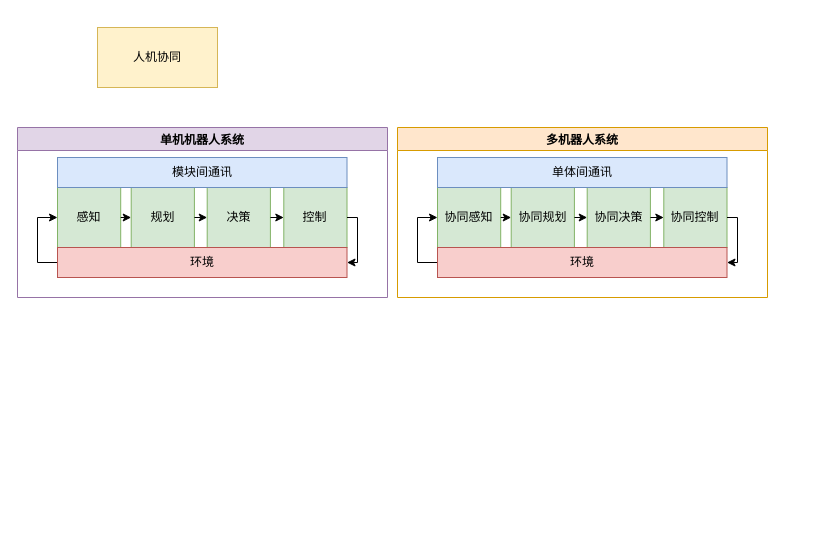
This is nudt.drawio from RoboDD/my-flow-chart, a draw.io file, before an edit. Source tidied: cells renumbered, new cells numbered last; positions are measured from the earlier drawing's top-left corner, leaving out a move shared by most shapes. Both pictures are drawn from the tidied source at 100%, with x=0, y=0 at pixel (17, 27).
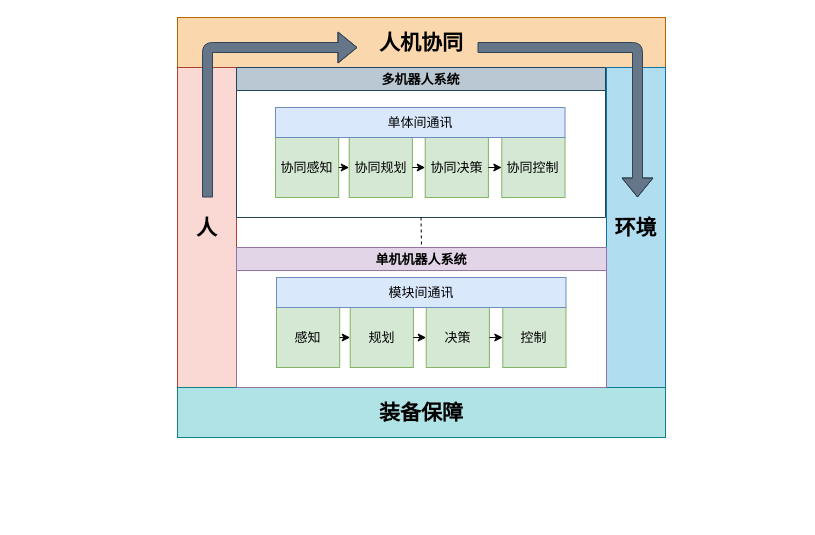
The same page after the edit.

Change to the diagram source:
```diff
@@
+    <mxCell id="30" style="group;" parent="1" vertex="1">
+      <mxGeometry x="160" y="-10" width="488" height="420" as="geometry" />
+    </mxCell>
-    <mxCell id="2" value="人机协同" style="rounded=0;whiteSpace=wrap;html=1;fillColor=#fff2cc;strokeColor=#d6b656;" parent="1" vertex="1">
-      <mxGeometry x="80" width="120" height="60" as="geometry" />
+    <mxCell id="2" value="人机协同" style="rounded=0;whiteSpace=wrap;html=1;fillColor=#fad7ac;strokeColor=#b46504;fontSize=21;fontStyle=1;" parent="30" vertex="1">
+      <mxGeometry width="488" height="50" as="geometry" />
     </mxCell>
-    <mxCell id="3" style="group;" parent="1" vertex="1">
-      <mxGeometry y="100" width="780" height="390" as="geometry" />
-    </mxCell>
-    <mxCell id="4" style="group;" parent="3" vertex="1">
-      <mxGeometry x="40" y="30" width="680" height="360" as="geometry" />
-    </mxCell>
+    <mxCell id="31" value="环境" style="rounded=0;whiteSpace=wrap;html=1;fillColor=#b1ddf0;strokeColor=#10739e;fontSize=21;fontStyle=1;" parent="30" vertex="1">
+      <mxGeometry x="429" y="50" width="59" height="320" as="geometry" />
+    </mxCell>
+    <mxCell id="32" value="人" style="rounded=0;whiteSpace=wrap;html=1;fillColor=#fad9d5;strokeColor=#ae4132;fontSize=21;fontStyle=1;" parent="30" vertex="1">
+      <mxGeometry y="50" width="59" height="320" as="geometry" />
+    </mxCell>
+    <mxCell id="33" value="装备保障" style="rounded=0;whiteSpace=wrap;html=1;fillColor=#b0e3e6;strokeColor=#0e8088;fontSize=21;fontStyle=1;" parent="30" vertex="1">
+      <mxGeometry y="370" width="488" height="50" as="geometry" />
+    </mxCell>
+    <mxCell id="34" style="group;fillColor=none;" parent="30" vertex="1">
+      <mxGeometry x="59" y="50" width="370" height="320" as="geometry" />
+    </mxCell>
+    <mxCell id="29" value="多机器人系统" style="swimlane;fillColor=#bac8d3;strokeColor=#23445d;fontSize=13;" parent="34" vertex="1">
+      <mxGeometry width="369" height="150" as="geometry" />
+    </mxCell>
+    <mxCell id="17" value="协同感知" style="rounded=0;whiteSpace=wrap;html=1;fillColor=#d5e8d4;strokeColor=#82b366;fontSize=13;" parent="29" vertex="1">
+      <mxGeometry x="39" y="70" width="63.2" height="60" as="geometry" />
+    </mxCell>
+    <mxCell id="18" value="协同规划" style="rounded=0;whiteSpace=wrap;html=1;fillColor=#d5e8d4;strokeColor=#82b366;fontSize=13;" parent="29" vertex="1">
+      <mxGeometry x="112.7" y="70" width="63.2" height="60" as="geometry" />
+    </mxCell>
+    <mxCell id="19" style="edgeStyle=orthogonalEdgeStyle;rounded=0;jettySize=auto;html=1;exitX=1;exitY=0.5;exitDx=0;exitDy=0;entryX=0;entryY=0.5;entryDx=0;entryDy=0;fontSize=13;" parent="29" edge="1" source="17" target="18">
+      <mxGeometry x="340" y="100" as="geometry" />
+    </mxCell>
+    <mxCell id="20" value="协同决策" style="rounded=0;whiteSpace=wrap;html=1;fillColor=#d5e8d4;strokeColor=#82b366;fontSize=13;" parent="29" vertex="1">
+      <mxGeometry x="188.7" y="70" width="63.2" height="60" as="geometry" />
+    </mxCell>
+    <mxCell id="21" style="edgeStyle=orthogonalEdgeStyle;rounded=0;jettySize=auto;html=1;exitX=1;exitY=0.5;exitDx=0;exitDy=0;entryX=0;entryY=0.5;entryDx=0;entryDy=0;fontSize=13;" parent="29" edge="1" source="18" target="20">
+      <mxGeometry x="340" y="100" as="geometry" />
+    </mxCell>
+    <mxCell id="22" value="协同控制" style="rounded=0;whiteSpace=wrap;html=1;fillColor=#d5e8d4;strokeColor=#82b366;fontSize=13;" parent="29" vertex="1">
+      <mxGeometry x="265.3" y="70" width="63.2" height="60" as="geometry" />
+    </mxCell>
+    <mxCell id="23" style="edgeStyle=orthogonalEdgeStyle;rounded=0;jettySize=auto;html=1;exitX=1;exitY=0.5;exitDx=0;exitDy=0;entryX=0;entryY=0.5;entryDx=0;entryDy=0;fontSize=13;" parent="29" edge="1" source="20" target="22">
+      <mxGeometry x="340" y="100" as="geometry" />
+    </mxCell>
+    <mxCell id="24" value="单体间通讯" style="rounded=0;whiteSpace=wrap;html=1;fillColor=#dae8fc;strokeColor=#6c8ebf;fontSize=13;" parent="29" vertex="1">
+      <mxGeometry x="39" y="40" width="289.5" height="30" as="geometry" />
+    </mxCell>
+    <mxCell id="35" style="group;fontSize=13;" parent="34" vertex="1">
+      <mxGeometry y="180" width="370" height="140" as="geometry" />
+    </mxCell>
+    <mxCell id="28" value="单机机器人系统" style="swimlane;fillColor=#e1d5e7;strokeColor=#9673a6;fontSize=13;" parent="35" vertex="1">
+      <mxGeometry width="370" height="140" as="geometry" />
+    </mxCell>
-    <mxCell id="5" value="感知" style="rounded=0;whiteSpace=wrap;html=1;fillColor=#d5e8d4;strokeColor=#82b366;" parent="4" vertex="1">
-      <mxGeometry y="30" width="63.2" height="60" as="geometry" />
+    <mxCell id="5" value="感知" style="rounded=0;whiteSpace=wrap;html=1;fillColor=#d5e8d4;strokeColor=#82b366;fontSize=13;" parent="35" vertex="1">
+      <mxGeometry x="40" y="60" width="63.2" height="60" as="geometry" />
     </mxCell>
-    <mxCell id="6" value="规划" style="rounded=0;whiteSpace=wrap;html=1;fillColor=#d5e8d4;strokeColor=#82b366;" parent="4" vertex="1">
-      <mxGeometry x="73.7" y="30" width="63.2" height="60" as="geometry" />
+    <mxCell id="6" value="规划" style="rounded=0;whiteSpace=wrap;html=1;fillColor=#d5e8d4;strokeColor=#82b366;fontSize=13;" parent="35" vertex="1">
+      <mxGeometry x="113.7" y="60" width="63.2" height="60" as="geometry" />
     </mxCell>
-    <mxCell id="7" style="edgeStyle=orthogonalEdgeStyle;rounded=0;jettySize=auto;html=1;exitX=1;exitY=0.5;exitDx=0;exitDy=0;entryX=0;entryY=0.5;entryDx=0;entryDy=0;" parent="4" edge="1" source="5" target="6">
-      <mxGeometry relative="1" as="geometry" />
+    <mxCell id="7" style="edgeStyle=orthogonalEdgeStyle;rounded=0;jettySize=auto;html=1;exitX=1;exitY=0.5;exitDx=0;exitDy=0;entryX=0;entryY=0.5;entryDx=0;entryDy=0;fontSize=13;" parent="35" edge="1" source="5" target="6">
+      <mxGeometry x="40" y="30" as="geometry" />
     </mxCell>
-    <mxCell id="8" value="决策" style="rounded=0;whiteSpace=wrap;html=1;fillColor=#d5e8d4;strokeColor=#82b366;" parent="4" vertex="1">
-      <mxGeometry x="149.7" y="30" width="63.2" height="60" as="geometry" />
+    <mxCell id="8" value="决策" style="rounded=0;whiteSpace=wrap;html=1;fillColor=#d5e8d4;strokeColor=#82b366;fontSize=13;" parent="35" vertex="1">
+      <mxGeometry x="189.7" y="60" width="63.2" height="60" as="geometry" />
     </mxCell>
-    <mxCell id="9" style="edgeStyle=orthogonalEdgeStyle;rounded=0;jettySize=auto;html=1;exitX=1;exitY=0.5;exitDx=0;exitDy=0;entryX=0;entryY=0.5;entryDx=0;entryDy=0;" parent="4" edge="1" source="6" target="8">
-      <mxGeometry relative="1" as="geometry" />
+    <mxCell id="9" style="edgeStyle=orthogonalEdgeStyle;rounded=0;jettySize=auto;html=1;exitX=1;exitY=0.5;exitDx=0;exitDy=0;entryX=0;entryY=0.5;entryDx=0;entryDy=0;fontSize=13;" parent="35" edge="1" source="6" target="8">
+      <mxGeometry x="40" y="30" as="geometry" />
     </mxCell>
-    <mxCell id="10" value="控制" style="rounded=0;whiteSpace=wrap;html=1;fillColor=#d5e8d4;strokeColor=#82b366;" parent="4" vertex="1">
-      <mxGeometry x="226.3" y="30" width="63.2" height="60" as="geometry" />
+    <mxCell id="10" value="控制" style="rounded=0;whiteSpace=wrap;html=1;fillColor=#d5e8d4;strokeColor=#82b366;fontSize=13;" parent="35" vertex="1">
+      <mxGeometry x="266.3" y="60" width="63.2" height="60" as="geometry" />
     </mxCell>
-    <mxCell id="11" style="edgeStyle=orthogonalEdgeStyle;rounded=0;jettySize=auto;html=1;exitX=1;exitY=0.5;exitDx=0;exitDy=0;entryX=0;entryY=0.5;entryDx=0;entryDy=0;" parent="4" edge="1" source="8" target="10">
-      <mxGeometry relative="1" as="geometry" />
+    <mxCell id="11" style="edgeStyle=orthogonalEdgeStyle;rounded=0;jettySize=auto;html=1;exitX=1;exitY=0.5;exitDx=0;exitDy=0;entryX=0;entryY=0.5;entryDx=0;entryDy=0;fontSize=13;" parent="35" edge="1" source="8" target="10">
+      <mxGeometry x="40" y="30" as="geometry" />
     </mxCell>
-    <mxCell id="12" value="模块间通讯" style="rounded=0;whiteSpace=wrap;html=1;fillColor=#dae8fc;strokeColor=#6c8ebf;" parent="4" vertex="1">
-      <mxGeometry width="289.5" height="30" as="geometry" />
+    <mxCell id="12" value="模块间通讯" style="rounded=0;whiteSpace=wrap;html=1;fillColor=#dae8fc;strokeColor=#6c8ebf;fontSize=13;" parent="35" vertex="1">
+      <mxGeometry x="40" y="30" width="289.5" height="30" as="geometry" />
     </mxCell>
-    <mxCell id="13" style="edgeStyle=orthogonalEdgeStyle;rounded=0;jettySize=auto;html=1;exitX=0;exitY=0.5;exitDx=0;exitDy=0;entryX=0;entryY=0.5;entryDx=0;entryDy=0;" parent="4" edge="1" source="14" target="5">
-      <mxGeometry relative="1" as="geometry" />
-    </mxCell>
-    <mxCell id="14" value="环境" style="rounded=0;whiteSpace=wrap;html=1;fillColor=#f8cecc;strokeColor=#b85450;" parent="4" vertex="1">
-      <mxGeometry y="90" width="289.5" height="30" as="geometry" />
-    </mxCell>
-    <mxCell id="15" style="edgeStyle=orthogonalEdgeStyle;rounded=0;jettySize=auto;html=1;exitX=1;exitY=0.5;exitDx=0;exitDy=0;entryX=1;entryY=0.5;entryDx=0;entryDy=0;" parent="4" edge="1" source="10" target="14">
-      <mxGeometry relative="1" as="geometry">
-        <Array as="points">
-          <mxPoint x="300" y="60" />
-          <mxPoint x="300" y="105" />
-        </Array>
-      </mxGeometry>
-    </mxCell>
-    <mxCell id="16" style="group;" parent="4" vertex="1">
-      <mxGeometry x="380" width="300" height="120" as="geometry" />
-    </mxCell>
-    <mxCell id="17" value="协同感知" style="rounded=0;whiteSpace=wrap;html=1;fillColor=#d5e8d4;strokeColor=#82b366;" parent="16" vertex="1">
-      <mxGeometry y="30" width="63.2" height="60" as="geometry" />
-    </mxCell>
-    <mxCell id="18" value="协同规划" style="rounded=0;whiteSpace=wrap;html=1;fillColor=#d5e8d4;strokeColor=#82b366;" parent="16" vertex="1">
-      <mxGeometry x="73.7" y="30" width="63.2" height="60" as="geometry" />
-    </mxCell>
-    <mxCell id="19" style="edgeStyle=orthogonalEdgeStyle;rounded=0;jettySize=auto;html=1;exitX=1;exitY=0.5;exitDx=0;exitDy=0;entryX=0;entryY=0.5;entryDx=0;entryDy=0;" parent="16" edge="1" source="17" target="18">
-      <mxGeometry relative="1" as="geometry" />
-    </mxCell>
-    <mxCell id="20" value="协同决策" style="rounded=0;whiteSpace=wrap;html=1;fillColor=#d5e8d4;strokeColor=#82b366;" parent="16" vertex="1">
-      <mxGeometry x="149.7" y="30" width="63.2" height="60" as="geometry" />
-    </mxCell>
-    <mxCell id="21" style="edgeStyle=orthogonalEdgeStyle;rounded=0;jettySize=auto;html=1;exitX=1;exitY=0.5;exitDx=0;exitDy=0;entryX=0;entryY=0.5;entryDx=0;entryDy=0;" parent="16" edge="1" source="18" target="20">
-      <mxGeometry relative="1" as="geometry" />
-    </mxCell>
-    <mxCell id="22" value="协同控制" style="rounded=0;whiteSpace=wrap;html=1;fillColor=#d5e8d4;strokeColor=#82b366;" parent="16" vertex="1">
-      <mxGeometry x="226.3" y="30" width="63.2" height="60" as="geometry" />
-    </mxCell>
-    <mxCell id="23" style="edgeStyle=orthogonalEdgeStyle;rounded=0;jettySize=auto;html=1;exitX=1;exitY=0.5;exitDx=0;exitDy=0;entryX=0;entryY=0.5;entryDx=0;entryDy=0;" parent="16" edge="1" source="20" target="22">
-      <mxGeometry relative="1" as="geometry" />
-    </mxCell>
-    <mxCell id="24" value="单体间通讯" style="rounded=0;whiteSpace=wrap;html=1;fillColor=#dae8fc;strokeColor=#6c8ebf;" parent="16" vertex="1">
-      <mxGeometry width="289.5" height="30" as="geometry" />
-    </mxCell>
-    <mxCell id="25" style="edgeStyle=orthogonalEdgeStyle;rounded=0;jettySize=auto;html=1;exitX=0;exitY=0.5;exitDx=0;exitDy=0;entryX=0;entryY=0.5;entryDx=0;entryDy=0;" parent="16" edge="1" source="26" target="17">
-      <mxGeometry relative="1" as="geometry" />
-    </mxCell>
-    <mxCell id="26" value="环境" style="rounded=0;whiteSpace=wrap;html=1;fillColor=#f8cecc;strokeColor=#b85450;" parent="16" vertex="1">
-      <mxGeometry y="90" width="289.5" height="30" as="geometry" />
-    </mxCell>
-    <mxCell id="27" style="edgeStyle=orthogonalEdgeStyle;rounded=0;jettySize=auto;html=1;exitX=1;exitY=0.5;exitDx=0;exitDy=0;entryX=1;entryY=0.5;entryDx=0;entryDy=0;" parent="16" edge="1" source="22" target="26">
-      <mxGeometry relative="1" as="geometry">
-        <Array as="points">
-          <mxPoint x="300" y="60" />
-          <mxPoint x="300" y="105" />
-        </Array>
-      </mxGeometry>
-    </mxCell>
-    <mxCell id="28" value="单机机器人系统" style="swimlane;fillColor=#e1d5e7;strokeColor=#9673a6;" parent="3" vertex="1">
-      <mxGeometry width="370" height="170" as="geometry" />
-    </mxCell>
-    <mxCell id="29" value="多机器人系统" style="swimlane;fillColor=#ffe6cc;strokeColor=#d79b00;" parent="1" vertex="1">
-      <mxGeometry x="380" y="100" width="370" height="170" as="geometry" />
-    </mxCell>
+    <mxCell id="36" style="edgeStyle=orthogonalEdgeStyle;rounded=0;jettySize=auto;html=1;exitX=0.5;exitY=1;exitDx=0;exitDy=0;entryX=0.5;entryY=0;entryDx=0;entryDy=0;endArrow=none;endFill=0;dashed=1;fontSize=13;" parent="34" edge="1" source="29" target="28">
+      <mxGeometry relative="1" as="geometry" />
+    </mxCell>
+    <mxCell id="37" style="shape=flexArrow;endArrow=classic;html=1;fontSize=21;fillColor=#647687;strokeColor=#314354;" parent="1" edge="1">
+      <mxGeometry relative="1" as="geometry">
+        <mxPoint x="190" y="170" as="sourcePoint" />
+        <mxPoint x="340" y="20" as="targetPoint" />
+        <Array as="points">
+          <mxPoint x="190" y="20" />
+        </Array>
+      </mxGeometry>
+    </mxCell>
+    <mxCell id="38" style="shape=flexArrow;endArrow=classic;html=1;fontSize=21;fillColor=#647687;strokeColor=#314354;" parent="1" edge="1">
+      <mxGeometry relative="1" as="geometry">
+        <mxPoint x="460" y="20" as="sourcePoint" />
+        <mxPoint x="620" y="170" as="targetPoint" />
+        <Array as="points">
+          <mxPoint x="620" y="20" />
+        </Array>
+      </mxGeometry>
+    </mxCell>
```
